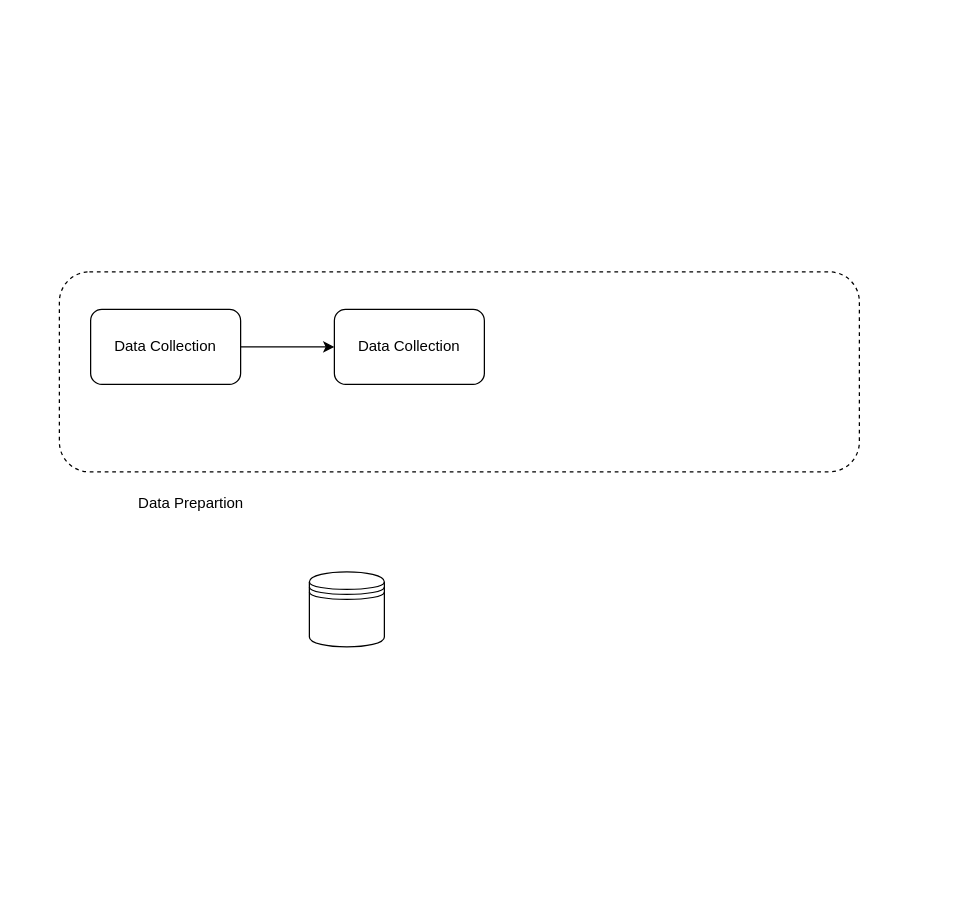
This is Untitled Diagram.drawio from asdacdsfca/addition, a draw.io file, before an edit. Source tidied: cells renumbered, new cells numbered last; positions are measured from the earlier drawing's top-left corner, leaving out a move shared by most shapes. Both pictures are drawn from the tidied source at 125%, with x=0, y=0 at pixel (59, 271). Pictures stored in the file or linked from it are replaced by grey dashed boxes.
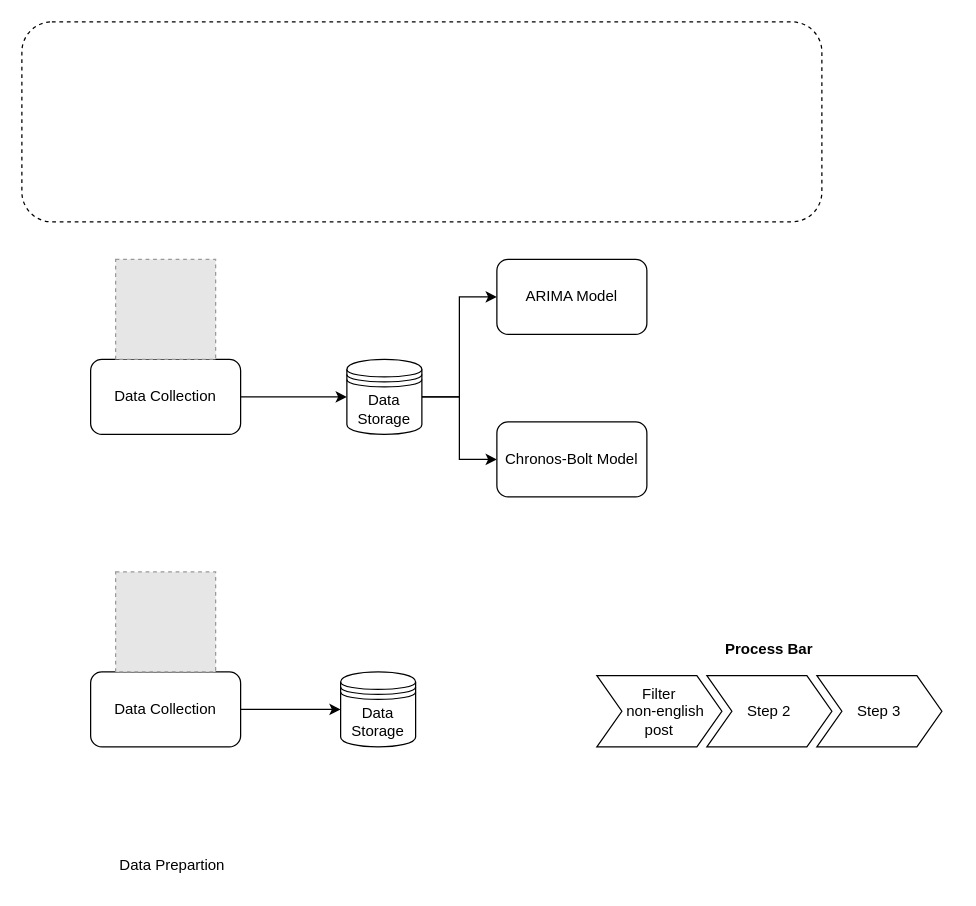
Above is the later version.

Change to the diagram source:
```diff
@@
     <mxCell id="2" style="rounded=1;whiteSpace=wrap;html=1;dashed=1;gradientColor=none;" parent="1" vertex="1">
-      <mxGeometry width="640" height="160" as="geometry" />
+      <mxGeometry x="-30" y="-200" width="640" height="160" as="geometry" />
     </mxCell>
-    <mxCell id="3" style="edgeStyle=orthogonalEdgeStyle;rounded=0;jettySize=auto;html=1;" parent="1" edge="1" source="4" target="7">
-      <mxGeometry relative="1" as="geometry" />
+    <mxCell id="3" style="edgeStyle=orthogonalEdgeStyle;rounded=0;jettySize=auto;html=1;" parent="1" edge="1" source="4">
+      <mxGeometry relative="1" as="geometry">
+        <mxPoint x="230" y="100" as="targetPoint" />
+      </mxGeometry>
     </mxCell>
     <mxCell id="4" value="Data Collection" style="rounded=1;whiteSpace=wrap;html=1;" parent="1" vertex="1">
-      <mxGeometry x="25" y="30" width="120" height="60" as="geometry" />
+      <mxGeometry x="25" y="70" width="120" height="60" as="geometry" />
     </mxCell>
+    <mxCell id="8" style="edgeStyle=orthogonalEdgeStyle;rounded=0;jettySize=auto;html=1;" parent="1" edge="1" source="5" target="16">
+      <mxGeometry relative="1" as="geometry" />
+    </mxCell>
+    <mxCell id="9" style="edgeStyle=orthogonalEdgeStyle;rounded=0;jettySize=auto;html=1;entryX=0;entryY=0.5;entryDx=0;entryDy=0;" parent="1" edge="1" source="5" target="11">
+      <mxGeometry relative="1" as="geometry" />
+    </mxCell>
-    <mxCell id="5" style="shape=datastore;whiteSpace=wrap;html=1;" parent="1" vertex="1">
-      <mxGeometry x="200" y="240" width="60" height="60" as="geometry" />
+    <mxCell id="5" value="Data Storage" style="shape=datastore;whiteSpace=wrap;html=1;" parent="1" vertex="1">
+      <mxGeometry x="230" y="70" width="60" height="60" as="geometry" />
     </mxCell>
     <mxCell id="6" value="Data Prepartion" style="text;html=1;align=center;verticalAlign=middle;strokeColor=none;fillColor=none;" parent="1" vertex="1">
-      <mxGeometry x="50" y="170" width="110" height="30" as="geometry" />
+      <mxGeometry x="35" y="460" width="110" height="30" as="geometry" />
     </mxCell>
+    <mxCell id="10" style="fillColor=#E6E6E6;strokeColor=#999999;dashed=1;verticalLabelPosition=bottom;labelBackgroundColor=default;verticalAlign=top;" parent="1" vertex="1">
+      <mxGeometry x="45" y="-10" width="80" height="80" as="geometry" />
+    </mxCell>
+    <mxCell id="11" value="ARIMA Model" style="rounded=1;whiteSpace=wrap;html=1;" parent="1" vertex="1">
+      <mxGeometry x="350" y="-10" width="120" height="60" as="geometry" />
+    </mxCell>
+    <mxCell id="12" value="Process Bar" style="swimlane;horizontal=1;fillColor=none;strokeColor=none;stackBorder=10;align=center;whiteSpace=wrap;html=1;" parent="1" vertex="1">
+      <mxGeometry x="420" y="290" width="296" height="100" as="geometry" />
+    </mxCell>
+    <mxCell id="13" value="Filter&lt;div&gt;&amp;nbsp; &amp;nbsp;non-english&lt;/div&gt;&lt;div&gt;post&lt;/div&gt;" style="shape=step;perimeter=stepPerimeter;fixedSize=1;whiteSpace=wrap;html=1;" parent="12" vertex="1">
+      <mxGeometry x="10" y="33" width="100" height="57" as="geometry" />
+    </mxCell>
+    <mxCell id="14" value="Step 2" style="shape=step;perimeter=stepPerimeter;fixedSize=1;whiteSpace=wrap;html=1;" parent="12" vertex="1">
+      <mxGeometry x="98" y="33" width="100" height="57" as="geometry" />
+    </mxCell>
+    <mxCell id="15" value="Step 3" style="shape=step;perimeter=stepPerimeter;fixedSize=1;whiteSpace=wrap;html=1;" parent="12" vertex="1">
+      <mxGeometry x="186" y="33" width="100" height="57" as="geometry" />
+    </mxCell>
+    <mxCell id="16" value="Chronos-Bolt Model" style="rounded=1;whiteSpace=wrap;html=1;" parent="1" vertex="1">
+      <mxGeometry x="350" y="120" width="120" height="60" as="geometry" />
+    </mxCell>
+    <mxCell id="17" style="edgeStyle=orthogonalEdgeStyle;rounded=0;jettySize=auto;html=1;" parent="1" edge="1" source="7" target="19">
+      <mxGeometry relative="1" as="geometry" />
+    </mxCell>
     <mxCell id="7" value="Data Collection" style="rounded=1;whiteSpace=wrap;html=1;" parent="1" vertex="1">
-      <mxGeometry x="220" y="30" width="120" height="60" as="geometry" />
+      <mxGeometry x="25" y="320" width="120" height="60" as="geometry" />
     </mxCell>
+    <mxCell id="18" style="fillColor=#E6E6E6;strokeColor=#999999;dashed=1;verticalLabelPosition=bottom;labelBackgroundColor=default;verticalAlign=top;" parent="1" vertex="1">
+      <mxGeometry x="45" y="240" width="80" height="80" as="geometry" />
+    </mxCell>
+    <mxCell id="19" value="Data Storage" style="shape=datastore;whiteSpace=wrap;html=1;" parent="1" vertex="1">
+      <mxGeometry x="225" y="320" width="60" height="60" as="geometry" />
+    </mxCell>
```
